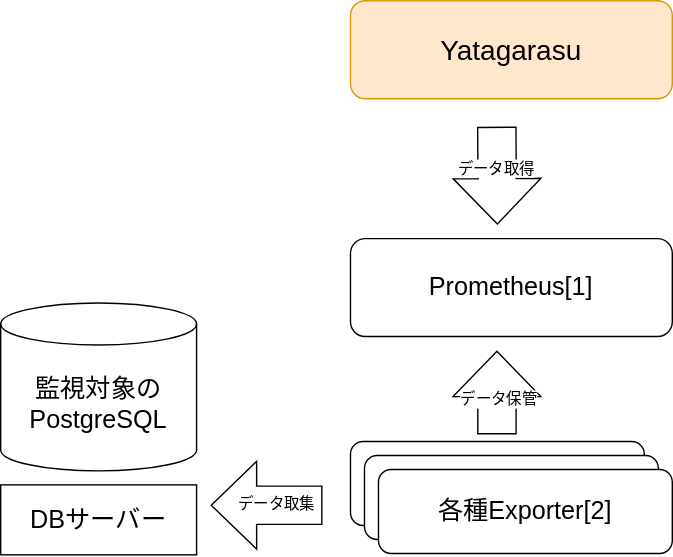
Above: src/Content/Postgresql/SVGs/explore/Yatagarasu_architecture.svg in koyama2023PBL/yatagarasu (draw.io), before the change. Source tidied: cells renumbered, new cells last; positions are measured from the earlier drawing's top-left corner, leaving out a move shared by most shapes. The source it was exported from:
```xml
<mxGraphModel>
  <root>
    <mxCell id="0" />
    <mxCell id="1" parent="0" />
    <mxCell id="2" value="&lt;span style=&quot;font-size: 18px;&quot;&gt;監視対象のPostgreSQL&lt;/span&gt;" style="shape=cylinder3;whiteSpace=wrap;html=1;boundedLbl=1;backgroundOutline=1;size=15;fontSize=18;" parent="1" vertex="1">
      <mxGeometry y="216" width="140" height="120" as="geometry" />
    </mxCell>
    <mxCell id="3" style="rounded=1;whiteSpace=wrap;html=1;" parent="1" vertex="1">
      <mxGeometry x="250" y="315" width="210" height="60" as="geometry" />
    </mxCell>
    <mxCell id="4" value="DBサーバー" style="rounded=0;whiteSpace=wrap;html=1;fontSize=18;" parent="1" vertex="1">
      <mxGeometry y="346" width="140" height="50" as="geometry" />
    </mxCell>
    <mxCell id="5" style="rounded=1;whiteSpace=wrap;html=1;" parent="1" vertex="1">
      <mxGeometry x="260" y="325" width="210" height="60" as="geometry" />
    </mxCell>
    <mxCell id="6" value="各種Exporter[2]" style="rounded=1;whiteSpace=wrap;html=1;fontSize=18;" parent="1" vertex="1">
      <mxGeometry x="270" y="335" width="210" height="60" as="geometry" />
    </mxCell>
    <mxCell id="7" style="shape=flexArrow;endArrow=classic;html=1;rounded=0;endWidth=34.39827639273623;endSize=10.473684210526317;width=27.36842105263158;" parent="1" edge="1">
      <mxGeometry relative="1" as="geometry">
        <mxPoint x="230" y="360.6" as="sourcePoint" />
        <mxPoint x="150" y="360.6" as="targetPoint" />
      </mxGeometry>
    </mxCell>
    <mxCell id="8" value="データ取集" style="edgeLabel;html=1;align=center;verticalAlign=middle;" parent="7" vertex="1">
      <mxGeometry x="-0.16" y="-1" relative="1" as="geometry" />
    </mxCell>
    <mxCell id="9" value="Prometheus[1]" style="rounded=1;whiteSpace=wrap;html=1;fontSize=18;" parent="1" vertex="1">
      <mxGeometry x="250" y="170" width="230" height="70" as="geometry" />
    </mxCell>
    <mxCell id="10" style="shape=flexArrow;endArrow=classic;html=1;rounded=0;endWidth=34.39827639273623;endSize=10.473684210526317;width=27.36842105263158;" parent="1" edge="1">
      <mxGeometry relative="1" as="geometry">
        <mxPoint x="354.7" y="310" as="sourcePoint" />
        <mxPoint x="354.7" y="250" as="targetPoint" />
      </mxGeometry>
    </mxCell>
    <mxCell id="11" value="データ保管" style="edgeLabel;html=1;align=center;verticalAlign=middle;" parent="10" vertex="1">
      <mxGeometry x="-0.16" y="-1" relative="1" as="geometry" />
    </mxCell>
    <mxCell id="12" style="shape=flexArrow;endArrow=classic;html=1;rounded=0;endWidth=34.39827639273623;endSize=10.473684210526317;width=27.36842105263158;" parent="1" edge="1">
      <mxGeometry relative="1" as="geometry">
        <mxPoint x="354.6" y="90" as="sourcePoint" />
        <mxPoint x="355" y="160" as="targetPoint" />
      </mxGeometry>
    </mxCell>
    <mxCell id="13" value="データ取得" style="edgeLabel;html=1;align=center;verticalAlign=middle;" parent="12" vertex="1">
      <mxGeometry x="-0.16" y="-1" relative="1" as="geometry" />
    </mxCell>
    <mxCell id="14" value="&lt;font style=&quot;font-size: 20px;&quot;&gt;Yatagarasu&lt;/font&gt;" style="rounded=1;whiteSpace=wrap;html=1;fillColor=#ffe6cc;strokeColor=#d79b00;fontSize=20;" parent="1" vertex="1">
      <mxGeometry x="250" width="230" height="70" as="geometry" />
    </mxCell>
  </root>
</mxGraphModel>
```
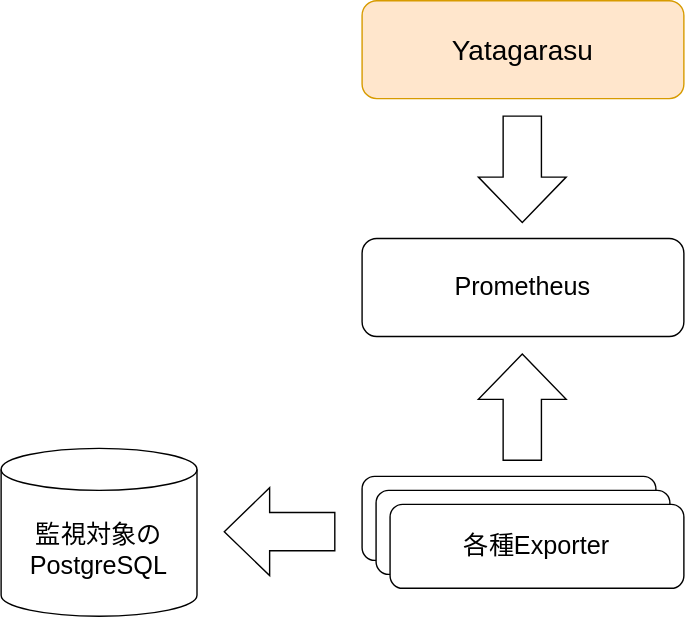
The same file after the commit.

Diff of the diagram source:
```diff
@@ -3,52 +3,40 @@
     <mxCell id="0" />
     <mxCell id="1" parent="0" />
     <mxCell id="2" value="&lt;span style=&quot;font-size: 18px;&quot;&gt;監視対象のPostgreSQL&lt;/span&gt;" style="shape=cylinder3;whiteSpace=wrap;html=1;boundedLbl=1;backgroundOutline=1;size=15;fontSize=18;" parent="1" vertex="1">
-      <mxGeometry y="216" width="140" height="120" as="geometry" />
+      <mxGeometry x="-8" y="295" width="140" height="120" as="geometry" />
     </mxCell>
     <mxCell id="3" style="rounded=1;whiteSpace=wrap;html=1;" parent="1" vertex="1">
       <mxGeometry x="250" y="315" width="210" height="60" as="geometry" />
     </mxCell>
-    <mxCell id="4" value="DBサーバー" style="rounded=0;whiteSpace=wrap;html=1;fontSize=18;" parent="1" vertex="1">
-      <mxGeometry y="346" width="140" height="50" as="geometry" />
-    </mxCell>
     <mxCell id="5" style="rounded=1;whiteSpace=wrap;html=1;" parent="1" vertex="1">
       <mxGeometry x="260" y="325" width="210" height="60" as="geometry" />
     </mxCell>
-    <mxCell id="6" value="各種Exporter[2]" style="rounded=1;whiteSpace=wrap;html=1;fontSize=18;" parent="1" vertex="1">
+    <mxCell id="6" value="各種Exporter" style="rounded=1;whiteSpace=wrap;html=1;fontSize=18;" parent="1" vertex="1">
       <mxGeometry x="270" y="335" width="210" height="60" as="geometry" />
     </mxCell>
     <mxCell id="7" style="shape=flexArrow;endArrow=classic;html=1;rounded=0;endWidth=34.39827639273623;endSize=10.473684210526317;width=27.36842105263158;" parent="1" edge="1">
       <mxGeometry relative="1" as="geometry">
-        <mxPoint x="230" y="360.6" as="sourcePoint" />
-        <mxPoint x="150" y="360.6" as="targetPoint" />
+        <mxPoint x="231" y="354.5" as="sourcePoint" />
+        <mxPoint x="151" y="354.5" as="targetPoint" />
       </mxGeometry>
     </mxCell>
-    <mxCell id="8" value="データ取集" style="edgeLabel;html=1;align=center;verticalAlign=middle;" parent="7" vertex="1">
-      <mxGeometry x="-0.16" y="-1" relative="1" as="geometry" />
-    </mxCell>
-    <mxCell id="9" value="Prometheus[1]" style="rounded=1;whiteSpace=wrap;html=1;fontSize=18;" parent="1" vertex="1">
-      <mxGeometry x="250" y="170" width="230" height="70" as="geometry" />
+    <mxCell id="9" value="Prometheus" style="rounded=1;whiteSpace=wrap;html=1;fontSize=18;" parent="1" vertex="1">
+      <mxGeometry x="250" y="145" width="230" height="70" as="geometry" />
     </mxCell>
-    <mxCell id="10" style="shape=flexArrow;endArrow=classic;html=1;rounded=0;endWidth=34.39827639273623;endSize=10.473684210526317;width=27.36842105263158;" parent="1" edge="1">
-      <mxGeometry relative="1" as="geometry">
-        <mxPoint x="354.7" y="310" as="sourcePoint" />
-        <mxPoint x="354.7" y="250" as="targetPoint" />
-      </mxGeometry>
-    </mxCell>
-    <mxCell id="11" value="データ保管" style="edgeLabel;html=1;align=center;verticalAlign=middle;" parent="10" vertex="1">
-      <mxGeometry x="-0.16" y="-1" relative="1" as="geometry" />
-    </mxCell>
-    <mxCell id="12" style="shape=flexArrow;endArrow=classic;html=1;rounded=0;endWidth=34.39827639273623;endSize=10.473684210526317;width=27.36842105263158;" parent="1" edge="1">
-      <mxGeometry relative="1" as="geometry">
-        <mxPoint x="354.6" y="90" as="sourcePoint" />
-        <mxPoint x="355" y="160" as="targetPoint" />
-      </mxGeometry>
-    </mxCell>
-    <mxCell id="13" value="データ取得" style="edgeLabel;html=1;align=center;verticalAlign=middle;" parent="12" vertex="1">
-      <mxGeometry x="-0.16" y="-1" relative="1" as="geometry" />
-    </mxCell>
     <mxCell id="14" value="&lt;font style=&quot;font-size: 20px;&quot;&gt;Yatagarasu&lt;/font&gt;" style="rounded=1;whiteSpace=wrap;html=1;fillColor=#ffe6cc;strokeColor=#d79b00;fontSize=20;" parent="1" vertex="1">
-      <mxGeometry x="250" width="230" height="70" as="geometry" />
+      <mxGeometry x="250" y="-25" width="230" height="70" as="geometry" />
     </mxCell>
+    <mxCell id="15" style="shape=flexArrow;endArrow=classic;html=1;rounded=0;endWidth=34.39827639273623;endSize=10.473684210526317;width=27.36842105263158;" parent="1" edge="1">
+      <mxGeometry relative="1" as="geometry">
+        <mxPoint x="364.5" y="304" as="sourcePoint" />
+        <mxPoint x="364.5" y="227" as="targetPoint" />
+      </mxGeometry>
+    </mxCell>
+    <mxCell id="16" style="shape=flexArrow;endArrow=classic;html=1;rounded=0;endWidth=34.39827639273623;endSize=10.473684210526317;width=27.36842105263158;" parent="1" edge="1">
+      <mxGeometry relative="1" as="geometry">
+        <mxPoint x="364.5" y="57" as="sourcePoint" />
+        <mxPoint x="364.5" y="134" as="targetPoint" />
+      </mxGeometry>
+    </mxCell>
   </root>
 </mxGraphModel>
```
